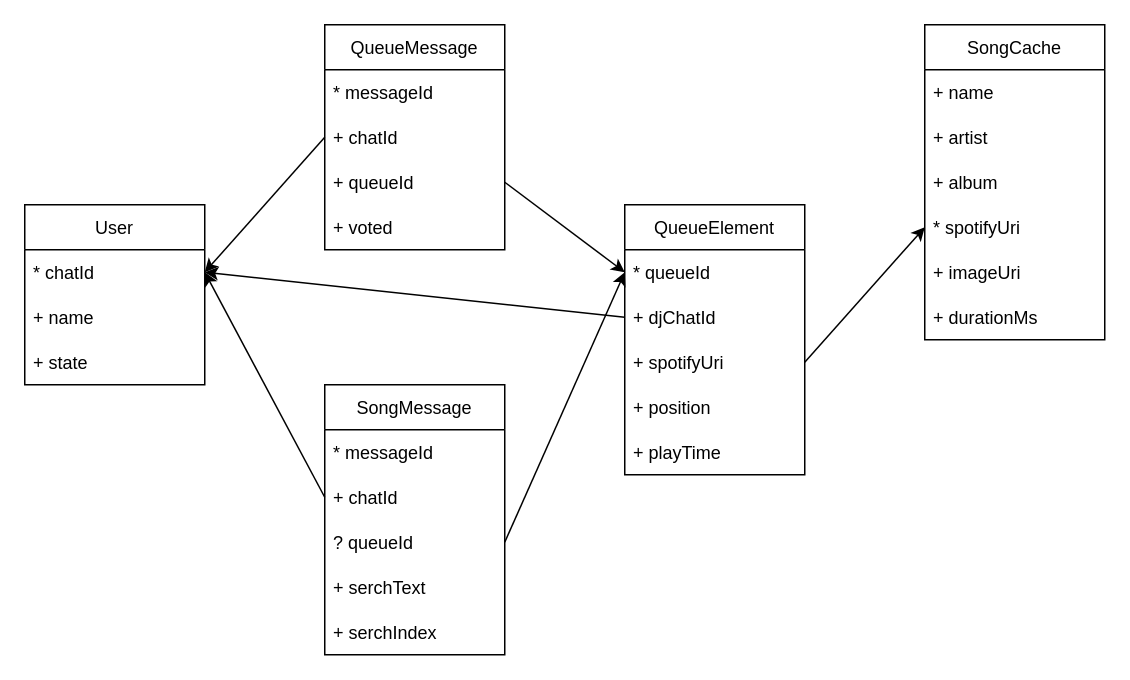
Before: drawio/classes.drawio in SchmidHome/MusicBot, a draw.io diagram. Source tidied: cells renumbered, new cells numbered last; positions are measured from the earlier drawing's top-left corner, leaving out a move shared by most shapes. Both pictures are drawn from the tidied source at 150%, with x=0, y=0 at pixel (24, 24).
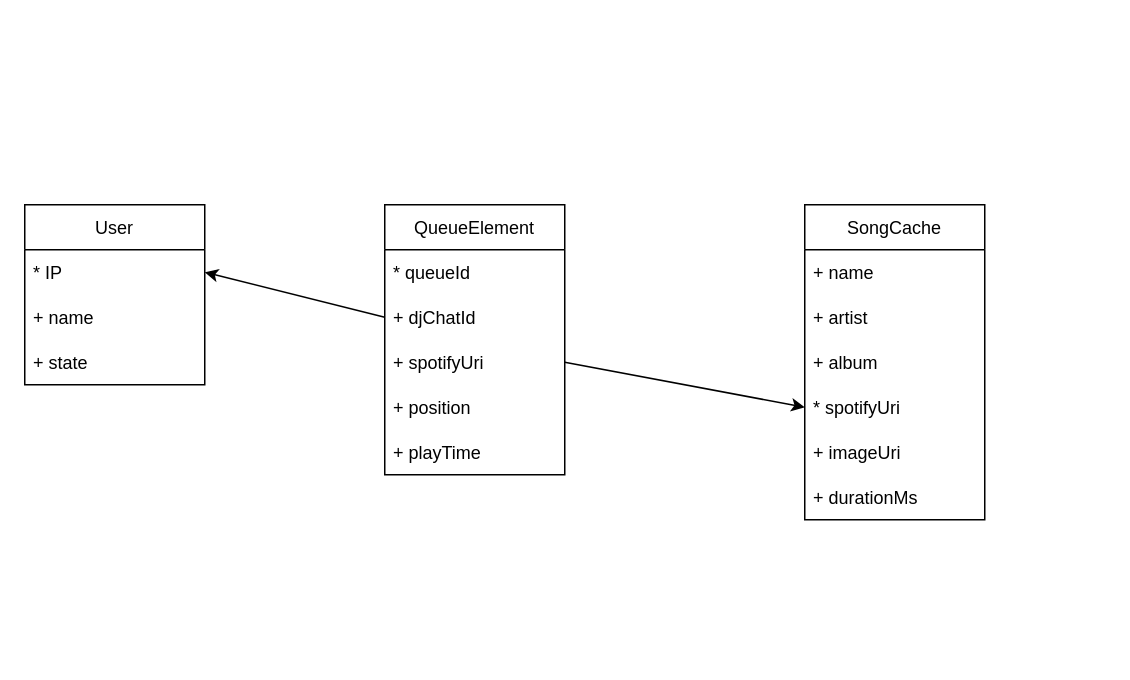
Above is the later version.

Unchanged cells that the change refers to:
```xml
<mxCell id="2" value="User" style="swimlane;fontStyle=0;horizontal=1;startSize=30;" parent="1" vertex="1">
  <mxGeometry y="120" width="120" height="120" as="geometry" />
</mxCell>
<mxCell id="13" value="* queueId" style="text;strokeColor=none;fillColor=none;align=left;verticalAlign=middle;spacingLeft=4;spacingRight=4;overflow=hidden;points=[[0,0.5],[1,0.5]];portConstraint=eastwest;" parent="12" vertex="1">
  <mxGeometry y="30" width="120" height="30" as="geometry" />
</mxCell>
```

The edit, as a diff of the source:
```diff
@@
-    <mxCell id="3" value="* chatId" style="text;strokeColor=none;fillColor=none;align=left;verticalAlign=middle;spacingLeft=4;spacingRight=4;overflow=hidden;points=[[0,0.5],[1,0.5]];portConstraint=eastwest;" parent="2" vertex="1">
+    <mxCell id="3" value="* IP" style="text;strokeColor=none;fillColor=none;align=left;verticalAlign=middle;spacingLeft=4;spacingRight=4;overflow=hidden;points=[[0,0.5],[1,0.5]];portConstraint=eastwest;" parent="2" vertex="1">
       <mxGeometry y="30" width="120" height="30" as="geometry" />
     </mxCell>
@@
-    <mxCell id="6" value="QueueMessage" style="swimlane;fontStyle=0;horizontal=1;startSize=30;" parent="1" vertex="1">
-      <mxGeometry x="200" width="120" height="150" as="geometry" />
-    </mxCell>
-    <mxCell id="7" value="* messageId" style="text;strokeColor=none;fillColor=none;align=left;verticalAlign=middle;spacingLeft=4;spacingRight=4;overflow=hidden;" parent="6" vertex="1">
-      <mxGeometry y="30" width="120" height="30" as="geometry" />
-    </mxCell>
-    <mxCell id="8" value="+ chatId" style="text;strokeColor=none;fillColor=none;align=left;verticalAlign=middle;spacingLeft=4;spacingRight=4;overflow=hidden;points=[[0,0.5],[1,0.5]];portConstraint=eastwest;" parent="6" vertex="1">
-      <mxGeometry y="60" width="120" height="30" as="geometry" />
-    </mxCell>
-    <mxCell id="9" value="+ queueId" style="text;strokeColor=none;fillColor=none;align=left;verticalAlign=middle;spacingLeft=4;spacingRight=4;overflow=hidden;points=[[0,0.5],[1,0.5]];portConstraint=eastwest;" parent="6" vertex="1">
-      <mxGeometry y="90" width="120" height="30" as="geometry" />
-    </mxCell>
-    <mxCell id="10" value="+ voted" style="text;strokeColor=none;fillColor=none;align=left;verticalAlign=middle;spacingLeft=4;spacingRight=4;overflow=hidden;" parent="6" vertex="1">
-      <mxGeometry y="120" width="120" height="30" as="geometry" />
-    </mxCell>
-    <mxCell id="11" style="edgeStyle=none;html=1;exitX=0;exitY=0.5;exitDx=0;exitDy=0;entryX=1;entryY=0.5;entryDx=0;entryDy=0;" parent="1" edge="1" source="8" target="3">
-      <mxGeometry relative="1" as="geometry" />
-    </mxCell>
     <mxCell id="12" value="QueueElement" style="swimlane;fontStyle=0;horizontal=1;startSize=30;" parent="1" vertex="1">
-      <mxGeometry x="400" y="120" width="120" height="180" as="geometry" />
+      <mxGeometry x="240" y="120" width="120" height="180" as="geometry" />
     </mxCell>
@@
-    <mxCell id="18" style="edgeStyle=none;html=1;exitX=1;exitY=0.5;exitDx=0;exitDy=0;entryX=0;entryY=0.5;entryDx=0;entryDy=0;" parent="1" edge="1" source="9" target="13">
-      <mxGeometry relative="1" as="geometry" />
-    </mxCell>
     <mxCell id="19" value="SongCache" style="swimlane;fontStyle=0;horizontal=1;startSize=30;" parent="1" vertex="1">
-      <mxGeometry x="600" width="120" height="210" as="geometry" />
+      <mxGeometry x="520" y="120" width="120" height="210" as="geometry" />
     </mxCell>
@@
-    <mxCell id="28" value="SongMessage" style="swimlane;fontStyle=0;horizontal=1;startSize=30;" parent="1" vertex="1">
-      <mxGeometry x="200" y="240" width="120" height="180" as="geometry" />
-    </mxCell>
-    <mxCell id="29" value="* messageId" style="text;strokeColor=none;fillColor=none;align=left;verticalAlign=middle;spacingLeft=4;spacingRight=4;overflow=hidden;" parent="28" vertex="1">
-      <mxGeometry y="30" width="120" height="30" as="geometry" />
-    </mxCell>
-    <mxCell id="30" value="+ chatId" style="text;strokeColor=none;fillColor=none;align=left;verticalAlign=middle;spacingLeft=4;spacingRight=4;overflow=hidden;points=[[0,0.5],[1,0.5]];portConstraint=eastwest;" parent="28" vertex="1">
-      <mxGeometry y="60" width="120" height="30" as="geometry" />
-    </mxCell>
-    <mxCell id="31" value="? queueId" style="text;strokeColor=none;fillColor=none;align=left;verticalAlign=middle;spacingLeft=4;spacingRight=4;overflow=hidden;points=[[0,0.5],[1,0.5]];portConstraint=eastwest;" parent="28" vertex="1">
-      <mxGeometry y="90" width="120" height="30" as="geometry" />
-    </mxCell>
-    <mxCell id="32" value="+ serchText" style="text;strokeColor=none;fillColor=none;align=left;verticalAlign=middle;spacingLeft=4;spacingRight=4;overflow=hidden;" parent="28" vertex="1">
-      <mxGeometry y="120" width="120" height="30" as="geometry" />
-    </mxCell>
-    <mxCell id="33" value="+ serchIndex" style="text;strokeColor=none;fillColor=none;align=left;verticalAlign=middle;spacingLeft=4;spacingRight=4;overflow=hidden;" parent="28" vertex="1">
-      <mxGeometry y="150" width="120" height="30" as="geometry" />
-    </mxCell>
-    <mxCell id="34" style="edgeStyle=none;html=1;exitX=0;exitY=0.5;exitDx=0;exitDy=0;entryX=1;entryY=0.5;entryDx=0;entryDy=0;" parent="1" edge="1" source="30" target="3">
-      <mxGeometry relative="1" as="geometry" />
-    </mxCell>
-    <mxCell id="35" style="edgeStyle=none;html=1;exitX=1;exitY=0.5;exitDx=0;exitDy=0;entryX=0;entryY=0.5;entryDx=0;entryDy=0;" parent="1" edge="1" source="31" target="13">
-      <mxGeometry relative="1" as="geometry" />
-    </mxCell>
```
